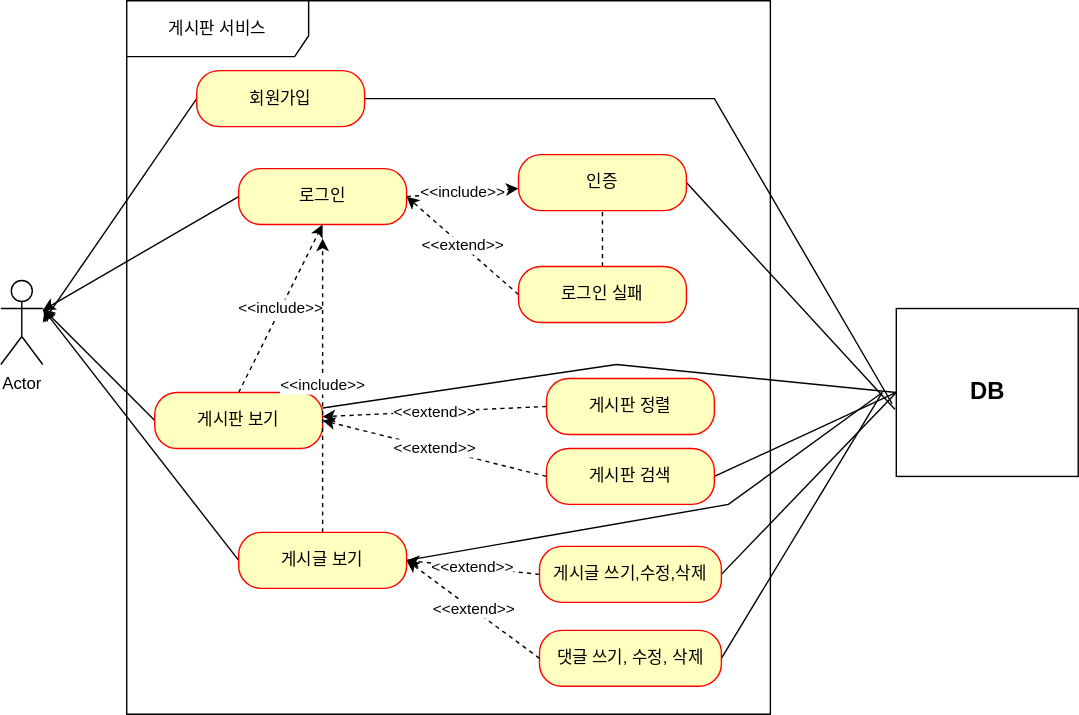
Above: document/use-case.svg in dlwnsghks123/project-board (draw.io), before the change. Source tidied: cells renumbered, new cells last; positions are measured from the earlier drawing's top-left corner, leaving out a move shared by most shapes.
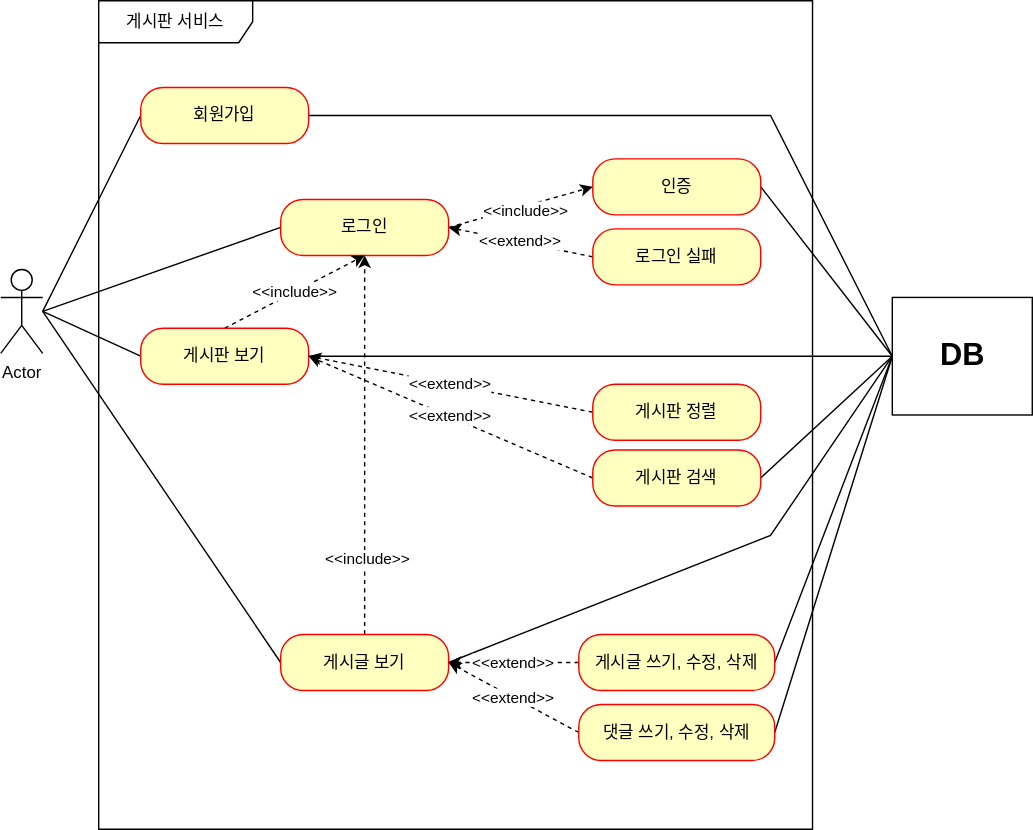
After the commit.

Change to the diagram source:
```diff
@@ -3,126 +3,124 @@
     <mxCell id="0" />
     <mxCell id="1" parent="0" />
     <mxCell id="2" value="Actor" style="shape=umlActor;verticalLabelPosition=bottom;verticalAlign=top;html=1;" parent="1" vertex="1">
-      <mxGeometry y="200" width="30" height="60" as="geometry" />
+      <mxGeometry x="-10" y="360" width="30" height="60" as="geometry" />
     </mxCell>
-    <mxCell id="3" value="게시판 서비스&lt;br&gt;" style="shape=umlFrame;whiteSpace=wrap;html=1;width=130;height=40;" parent="1" vertex="1">
-      <mxGeometry x="90" width="460" height="510" as="geometry" />
+    <mxCell id="3" value="게시판 서비스" style="shape=umlFrame;whiteSpace=wrap;html=1;width=110;height=30;" parent="1" vertex="1">
+      <mxGeometry x="60" y="168" width="510" height="592" as="geometry" />
     </mxCell>
-    <mxCell id="4" style="edgeStyle=none;rounded=0;jettySize=auto;html=1;exitX=0;exitY=0.5;exitDx=0;exitDy=0;" parent="1" edge="1" source="6">
-      <mxGeometry relative="1" as="geometry">
-        <mxPoint x="30" y="230" as="targetPoint" />
-      </mxGeometry>
-    </mxCell>
+    <mxCell id="35" style="edgeStyle=none;rounded=0;jettySize=auto;html=1;exitX=0;exitY=0.5;exitDx=0;exitDy=0;endArrow=none;endFill=0;" parent="1" edge="1" source="6">
+      <mxGeometry relative="1" as="geometry">
+        <mxPoint x="20" y="390" as="targetPoint" />
+      </mxGeometry>
+    </mxCell>
-    <mxCell id="5" style="edgeStyle=none;rounded=0;jettySize=auto;html=1;exitX=1;exitY=0.5;exitDx=0;exitDy=0;entryX=-0.023;entryY=0.567;entryDx=0;entryDy=0;entryPerimeter=0;startArrow=none;startFill=0;endArrow=none;endFill=0;" parent="1" edge="1" source="6" target="34">
+    <mxCell id="5" style="edgeStyle=none;rounded=0;jettySize=auto;html=1;exitX=1;exitY=0.5;exitDx=0;exitDy=0;entryX=0;entryY=0.5;entryDx=0;entryDy=0;endArrow=none;endFill=0;" parent="1" edge="1" source="6" target="34">
       <mxGeometry relative="1" as="geometry">
         <Array as="points">
-          <mxPoint x="510" y="70" />
+          <mxPoint x="540" y="250" />
         </Array>
       </mxGeometry>
     </mxCell>
     <mxCell id="6" value="회원가입" style="rounded=1;whiteSpace=wrap;html=1;arcSize=40;fontColor=#000000;fillColor=#ffffc0;strokeColor=#ff0000;" parent="1" vertex="1">
-      <mxGeometry x="140" y="50" width="120" height="40" as="geometry" />
+      <mxGeometry x="90" y="230" width="120" height="40" as="geometry" />
     </mxCell>
-    <mxCell id="7" style="rounded=0;jettySize=auto;html=1;exitX=0;exitY=0.5;exitDx=0;exitDy=0;" parent="1" edge="1" source="9" target="2">
-      <mxGeometry relative="1" as="geometry" />
-    </mxCell>
+    <mxCell id="36" style="edgeStyle=none;rounded=0;jettySize=auto;html=1;exitX=0;exitY=0.5;exitDx=0;exitDy=0;endArrow=none;endFill=0;" parent="1" edge="1" source="9">
+      <mxGeometry relative="1" as="geometry">
+        <mxPoint x="20" y="390" as="targetPoint" />
+      </mxGeometry>
+    </mxCell>
-    <mxCell id="8" value="&amp;lt;&amp;lt;include&amp;gt;&amp;gt;" style="edgeStyle=none;rounded=0;jettySize=auto;html=1;exitX=1;exitY=0.5;exitDx=0;exitDy=0;dashed=1;" parent="1" edge="1" source="9" target="18">
+    <mxCell id="8" style="edgeStyle=none;rounded=0;jettySize=auto;html=1;exitX=1;exitY=0.5;exitDx=0;exitDy=0;entryX=0;entryY=0.5;entryDx=0;entryDy=0;endArrow=classic;endFill=1;dashed=1;" parent="1" edge="1" source="9" target="18">
       <mxGeometry relative="1" as="geometry" />
     </mxCell>
+    <mxCell id="37" value="&amp;lt;&amp;lt;include&amp;gt;&amp;gt;" style="edgeLabel;html=1;align=center;verticalAlign=middle;" parent="8" vertex="1">
+      <mxGeometry x="-0.15" y="-1" relative="1" as="geometry">
+        <mxPoint x="11" y="-1" as="offset" />
+      </mxGeometry>
+    </mxCell>
     <mxCell id="9" value="로그인" style="rounded=1;whiteSpace=wrap;html=1;arcSize=40;fontColor=#000000;fillColor=#ffffc0;strokeColor=#ff0000;" parent="1" vertex="1">
-      <mxGeometry x="170" y="120" width="120" height="40" as="geometry" />
+      <mxGeometry x="190" y="310" width="120" height="40" as="geometry" />
     </mxCell>
-    <mxCell id="10" style="edgeStyle=none;rounded=0;jettySize=auto;html=1;exitX=0;exitY=0.5;exitDx=0;exitDy=0;entryX=1;entryY=0.3333333333333333;entryDx=0;entryDy=0;entryPerimeter=0;" parent="1" edge="1" source="12" target="2">
-      <mxGeometry relative="1" as="geometry" />
-    </mxCell>
+    <mxCell id="38" style="edgeStyle=none;rounded=0;jettySize=auto;html=1;exitX=0;exitY=0.5;exitDx=0;exitDy=0;endArrow=none;endFill=0;" parent="1" edge="1" source="12">
+      <mxGeometry relative="1" as="geometry">
+        <mxPoint x="20" y="390" as="targetPoint" />
+      </mxGeometry>
+    </mxCell>
-    <mxCell id="11" value="&amp;lt;&amp;lt;include&amp;gt;&amp;gt;" style="edgeStyle=none;rounded=0;jettySize=auto;html=1;exitX=0.5;exitY=0;exitDx=0;exitDy=0;entryX=0.5;entryY=1;entryDx=0;entryDy=0;dashed=1;" parent="1" edge="1" source="12" target="9">
+    <mxCell id="11" value="&amp;lt;&amp;lt;include&amp;gt;&amp;gt;" style="edgeStyle=none;rounded=0;jettySize=auto;html=1;exitX=0.5;exitY=0;exitDx=0;exitDy=0;entryX=0.5;entryY=1;entryDx=0;entryDy=0;dashed=1;endArrow=classic;endFill=1;" parent="1" edge="1" source="12" target="9">
       <mxGeometry relative="1" as="geometry" />
     </mxCell>
     <mxCell id="12" value="게시판 보기" style="rounded=1;whiteSpace=wrap;html=1;arcSize=40;fontColor=#000000;fillColor=#ffffc0;strokeColor=#ff0000;" parent="1" vertex="1">
-      <mxGeometry x="110" y="280" width="120" height="40" as="geometry" />
+      <mxGeometry x="90" y="402" width="120" height="40" as="geometry" />
     </mxCell>
-    <mxCell id="13" style="edgeStyle=none;rounded=0;jettySize=auto;html=1;exitX=0;exitY=0.5;exitDx=0;exitDy=0;" parent="1" edge="1" source="16">
-      <mxGeometry relative="1" as="geometry">
-        <mxPoint x="30" y="220" as="targetPoint" />
-      </mxGeometry>
-    </mxCell>
-    <mxCell id="14" value="&amp;lt;&amp;lt;include&amp;gt;&amp;gt;" style="edgeStyle=none;rounded=0;jettySize=auto;html=1;exitX=0.5;exitY=0;exitDx=0;exitDy=0;dashed=1;" parent="1" edge="1" source="16">
-      <mxGeometry relative="1" as="geometry">
-        <mxPoint x="230" y="170" as="targetPoint" />
-      </mxGeometry>
-    </mxCell>
-    <mxCell id="15" style="edgeStyle=none;rounded=0;jettySize=auto;html=1;exitX=1;exitY=0.5;exitDx=0;exitDy=0;startArrow=none;startFill=0;endArrow=none;endFill=0;" parent="1" edge="1" source="16">
-      <mxGeometry relative="1" as="geometry">
-        <mxPoint x="630" y="280" as="targetPoint" />
-        <Array as="points">
-          <mxPoint x="520" y="360" />
-        </Array>
-      </mxGeometry>
-    </mxCell>
+    <mxCell id="39" style="edgeStyle=none;rounded=0;jettySize=auto;html=1;exitX=0;exitY=0.5;exitDx=0;exitDy=0;endArrow=none;endFill=0;" parent="1" edge="1" source="16">
+      <mxGeometry relative="1" as="geometry">
+        <mxPoint x="20" y="390" as="targetPoint" />
+      </mxGeometry>
+    </mxCell>
+    <mxCell id="40" style="edgeStyle=none;rounded=0;jettySize=auto;html=1;exitX=0.5;exitY=0;exitDx=0;exitDy=0;entryX=0.5;entryY=1;entryDx=0;entryDy=0;dashed=1;endArrow=classic;endFill=1;" parent="1" edge="1" source="16" target="9">
+      <mxGeometry relative="1" as="geometry" />
+    </mxCell>
+    <mxCell id="41" value="&amp;lt;&amp;lt;include&amp;gt;&amp;gt;" style="edgeLabel;html=1;align=center;verticalAlign=middle;" parent="40" vertex="1">
+      <mxGeometry x="-0.6" y="-1" relative="1" as="geometry" />
+    </mxCell>
+    <mxCell id="42" style="edgeStyle=none;rounded=0;jettySize=auto;html=1;exitX=1;exitY=0.5;exitDx=0;exitDy=0;entryX=0;entryY=0.5;entryDx=0;entryDy=0;endArrow=none;endFill=0;" parent="1" edge="1" source="16" target="34">
+      <mxGeometry relative="1" as="geometry">
+        <Array as="points">
+          <mxPoint x="540" y="550" />
+        </Array>
+      </mxGeometry>
+    </mxCell>
     <mxCell id="16" value="게시글 보기" style="rounded=1;whiteSpace=wrap;html=1;arcSize=40;fontColor=#000000;fillColor=#ffffc0;strokeColor=#ff0000;" parent="1" vertex="1">
-      <mxGeometry x="170" y="380" width="120" height="40" as="geometry" />
+      <mxGeometry x="190" y="620.8" width="120" height="40" as="geometry" />
     </mxCell>
-    <mxCell id="17" style="edgeStyle=none;rounded=0;jettySize=auto;html=1;exitX=1;exitY=0.5;exitDx=0;exitDy=0;entryX=-0.008;entryY=0.6;entryDx=0;entryDy=0;entryPerimeter=0;startArrow=none;startFill=0;endArrow=none;endFill=0;" parent="1" edge="1" source="18" target="34">
+    <mxCell id="17" style="edgeStyle=none;rounded=0;jettySize=auto;html=1;exitX=1;exitY=0.5;exitDx=0;exitDy=0;entryX=0;entryY=0.5;entryDx=0;entryDy=0;endArrow=none;endFill=0;" parent="1" edge="1" source="18" target="34">
       <mxGeometry relative="1" as="geometry" />
     </mxCell>
     <mxCell id="18" value="인증" style="rounded=1;whiteSpace=wrap;html=1;arcSize=40;fontColor=#000000;fillColor=#ffffc0;strokeColor=#ff0000;" parent="1" vertex="1">
-      <mxGeometry x="370" y="110" width="120" height="40" as="geometry" />
+      <mxGeometry x="413" y="281" width="120" height="40" as="geometry" />
     </mxCell>
-    <mxCell id="19" value="&amp;lt;&amp;lt;extend&amp;gt;&amp;gt;" style="edgeStyle=none;rounded=0;jettySize=auto;html=1;exitX=0;exitY=0.5;exitDx=0;exitDy=0;entryX=1;entryY=0.5;entryDx=0;entryDy=0;dashed=1;" parent="1" edge="1" source="21" target="9">
+    <mxCell id="19" value="&amp;lt;&amp;lt;extend&amp;gt;&amp;gt;" style="edgeStyle=none;rounded=0;jettySize=auto;html=1;exitX=0;exitY=0.5;exitDx=0;exitDy=0;entryX=1;entryY=0.5;entryDx=0;entryDy=0;dashed=1;endArrow=classic;endFill=1;" parent="1" edge="1" source="21" target="9">
       <mxGeometry relative="1" as="geometry" />
     </mxCell>
-    <mxCell id="20" style="edgeStyle=none;rounded=0;jettySize=auto;html=1;dashed=1;startArrow=none;startFill=0;endArrow=none;endFill=0;" parent="1" edge="1" source="21" target="18">
-      <mxGeometry relative="1" as="geometry" />
-    </mxCell>
     <mxCell id="21" value="로그인 실패" style="rounded=1;whiteSpace=wrap;html=1;arcSize=40;fontColor=#000000;fillColor=#ffffc0;strokeColor=#ff0000;" parent="1" vertex="1">
-      <mxGeometry x="370" y="190" width="120" height="40" as="geometry" />
+      <mxGeometry x="413" y="331" width="120" height="40" as="geometry" />
     </mxCell>
-    <mxCell id="22" value="&amp;lt;&amp;lt;extend&amp;gt;&amp;gt;" style="edgeStyle=none;rounded=0;jettySize=auto;html=1;exitX=0;exitY=0.5;exitDx=0;exitDy=0;dashed=1;" parent="1" edge="1" source="23" target="12">
+    <mxCell id="22" value="&lt;span style=&quot;color: rgb(0, 0, 0); font-family: Helvetica; font-size: 11px; font-style: normal; font-variant-ligatures: normal; font-variant-caps: normal; font-weight: 400; letter-spacing: normal; orphans: 2; text-align: center; text-indent: 0px; text-transform: none; widows: 2; word-spacing: 0px; -webkit-text-stroke-width: 0px; background-color: rgb(255, 255, 255); text-decoration-thickness: initial; text-decoration-style: initial; text-decoration-color: initial; float: none; display: inline !important;&quot;&gt;&amp;lt;&amp;lt;extend&amp;gt;&amp;gt;&lt;/span&gt;" style="edgeStyle=none;rounded=0;jettySize=auto;html=1;exitX=0;exitY=0.5;exitDx=0;exitDy=0;entryX=1;entryY=0.5;entryDx=0;entryDy=0;dashed=1;endArrow=classic;endFill=1;" parent="1" edge="1" source="23" target="12">
       <mxGeometry relative="1" as="geometry" />
     </mxCell>
     <mxCell id="23" value="게시판 정렬" style="rounded=1;whiteSpace=wrap;html=1;arcSize=40;fontColor=#000000;fillColor=#ffffc0;strokeColor=#ff0000;" parent="1" vertex="1">
-      <mxGeometry x="390" y="270" width="120" height="40" as="geometry" />
+      <mxGeometry x="413" y="442" width="120" height="40" as="geometry" />
     </mxCell>
+    <mxCell id="31" value="&lt;span style=&quot;color: rgb(0, 0, 0); font-family: Helvetica; font-size: 11px; font-style: normal; font-variant-ligatures: normal; font-variant-caps: normal; font-weight: 400; letter-spacing: normal; orphans: 2; text-align: center; text-indent: 0px; text-transform: none; widows: 2; word-spacing: 0px; -webkit-text-stroke-width: 0px; background-color: rgb(255, 255, 255); text-decoration-thickness: initial; text-decoration-style: initial; text-decoration-color: initial; float: none; display: inline !important;&quot;&gt;&amp;lt;&amp;lt;extend&amp;gt;&amp;gt;&lt;/span&gt;" style="edgeStyle=none;rounded=0;jettySize=auto;html=1;exitX=0;exitY=0.5;exitDx=0;exitDy=0;entryX=1;entryY=0.5;entryDx=0;entryDy=0;dashed=1;endArrow=classic;endFill=1;" parent="1" edge="1" source="25" target="12">
+      <mxGeometry relative="1" as="geometry" />
+    </mxCell>
-    <mxCell id="24" style="edgeStyle=none;rounded=0;jettySize=auto;html=1;exitX=1;exitY=0.5;exitDx=0;exitDy=0;entryX=0;entryY=0.5;entryDx=0;entryDy=0;startArrow=none;startFill=0;endArrow=none;endFill=0;" parent="1" edge="1" source="25" target="34">
+    <mxCell id="24" style="edgeStyle=none;rounded=0;jettySize=auto;html=1;exitX=1;exitY=0.5;exitDx=0;exitDy=0;entryX=0;entryY=0.5;entryDx=0;entryDy=0;endArrow=none;endFill=0;" parent="1" edge="1" source="25" target="34">
       <mxGeometry relative="1" as="geometry" />
     </mxCell>
     <mxCell id="25" value="게시판 검색" style="rounded=1;whiteSpace=wrap;html=1;arcSize=40;fontColor=#000000;fillColor=#ffffc0;strokeColor=#ff0000;" parent="1" vertex="1">
-      <mxGeometry x="390" y="320" width="120" height="40" as="geometry" />
+      <mxGeometry x="413" y="489" width="120" height="40" as="geometry" />
     </mxCell>
-    <mxCell id="26" value="&amp;lt;&amp;lt;extend&amp;gt;&amp;gt;" style="edgeStyle=none;rounded=0;jettySize=auto;html=1;exitX=0;exitY=0.5;exitDx=0;exitDy=0;entryX=1;entryY=0.5;entryDx=0;entryDy=0;dashed=1;" parent="1" edge="1" source="28" target="16">
-      <mxGeometry relative="1" as="geometry" />
-    </mxCell>
-    <mxCell id="27" style="edgeStyle=none;rounded=0;jettySize=auto;html=1;exitX=1;exitY=0.5;exitDx=0;exitDy=0;startArrow=none;startFill=0;endArrow=none;endFill=0;" parent="1" edge="1" source="28">
-      <mxGeometry relative="1" as="geometry">
-        <mxPoint x="640" y="280" as="targetPoint" />
-      </mxGeometry>
-    </mxCell>
-    <mxCell id="28" value="게시글 쓰기,수정,삭제" style="rounded=1;whiteSpace=wrap;html=1;arcSize=40;fontColor=#000000;fillColor=#ffffc0;strokeColor=#ff0000;" parent="1" vertex="1">
-      <mxGeometry x="385" y="390" width="130" height="40" as="geometry" />
-    </mxCell>
-    <mxCell id="29" style="edgeStyle=none;rounded=0;jettySize=auto;html=1;exitX=1;exitY=0.5;exitDx=0;exitDy=0;startArrow=none;startFill=0;endArrow=none;endFill=0;" parent="1" edge="1" source="30">
-      <mxGeometry relative="1" as="geometry">
-        <mxPoint x="630" y="280" as="targetPoint" />
-      </mxGeometry>
-    </mxCell>
+    <mxCell id="43" value="&amp;lt;&amp;lt;extend&amp;gt;&amp;gt;" style="edgeStyle=none;rounded=0;jettySize=auto;html=1;exitX=0;exitY=0.5;exitDx=0;exitDy=0;entryX=1;entryY=0.5;entryDx=0;entryDy=0;dashed=1;endArrow=classic;endFill=1;" parent="1" edge="1" source="45" target="16">
+      <mxGeometry relative="1" as="geometry" />
+    </mxCell>
+    <mxCell id="44" style="edgeStyle=none;rounded=0;jettySize=auto;html=1;exitX=1;exitY=0.5;exitDx=0;exitDy=0;entryX=0;entryY=0.5;entryDx=0;entryDy=0;endArrow=none;endFill=0;" parent="1" edge="1" source="45" target="34">
+      <mxGeometry relative="1" as="geometry" />
+    </mxCell>
+    <mxCell id="45" value="게시글 쓰기, 수정, 삭제" style="rounded=1;whiteSpace=wrap;html=1;arcSize=40;fontColor=#000000;fillColor=#ffffc0;strokeColor=#ff0000;" parent="1" vertex="1">
+      <mxGeometry x="403" y="620.8" width="140" height="40" as="geometry" />
+    </mxCell>
+    <mxCell id="32" value="&amp;lt;&amp;lt;extend&amp;gt;&amp;gt;" style="edgeStyle=none;rounded=0;jettySize=auto;html=1;exitX=0;exitY=0.5;exitDx=0;exitDy=0;entryX=1;entryY=0.5;entryDx=0;entryDy=0;dashed=1;endArrow=classic;endFill=1;" parent="1" edge="1" source="30" target="16">
+      <mxGeometry relative="1" as="geometry" />
+    </mxCell>
+    <mxCell id="46" style="edgeStyle=none;rounded=0;jettySize=auto;html=1;exitX=1;exitY=0.5;exitDx=0;exitDy=0;endArrow=none;endFill=0;entryX=0;entryY=0.5;entryDx=0;entryDy=0;" parent="1" edge="1" source="30" target="34">
+      <mxGeometry relative="1" as="geometry" />
+    </mxCell>
     <mxCell id="30" value="댓글 쓰기, 수정, 삭제" style="rounded=1;whiteSpace=wrap;html=1;arcSize=40;fontColor=#000000;fillColor=#ffffc0;strokeColor=#ff0000;" parent="1" vertex="1">
-      <mxGeometry x="385" y="450" width="130" height="40" as="geometry" />
+      <mxGeometry x="403" y="670.8" width="140" height="40" as="geometry" />
     </mxCell>
-    <mxCell id="31" value="&amp;lt;&amp;lt;extend&amp;gt;&amp;gt;" style="edgeStyle=none;rounded=0;jettySize=auto;html=1;exitX=0;exitY=0.5;exitDx=0;exitDy=0;dashed=1;entryX=1;entryY=0.5;entryDx=0;entryDy=0;" parent="1" edge="1" source="25" target="12">
-      <mxGeometry relative="1" as="geometry" />
-    </mxCell>
-    <mxCell id="32" value="&amp;lt;&amp;lt;extend&amp;gt;&amp;gt;" style="edgeStyle=none;rounded=0;jettySize=auto;html=1;exitX=0;exitY=0.5;exitDx=0;exitDy=0;entryX=1;entryY=0.5;entryDx=0;entryDy=0;dashed=1;" parent="1" edge="1" source="30" target="16">
-      <mxGeometry relative="1" as="geometry" />
-    </mxCell>
-    <mxCell id="33" style="edgeStyle=none;rounded=0;jettySize=auto;html=1;exitX=0;exitY=0.5;exitDx=0;exitDy=0;startArrow=none;startFill=0;endArrow=none;endFill=0;" parent="1" edge="1" source="34" target="12">
-      <mxGeometry relative="1" as="geometry">
-        <Array as="points">
-          <mxPoint x="440" y="260" />
-        </Array>
-      </mxGeometry>
-    </mxCell>
-    <mxCell id="34" value="&lt;b&gt;&lt;font style=&quot;font-size: 17px;&quot;&gt;DB&lt;/font&gt;&lt;/b&gt;" style="html=1;" parent="1" vertex="1">
-      <mxGeometry x="640" y="220" width="130" height="120" as="geometry" />
+    <mxCell id="34" value="DB" style="html=1;fontStyle=1;fontSize=22;" parent="1" vertex="1">
+      <mxGeometry x="627" y="380" width="100" height="84" as="geometry" />
     </mxCell>
+    <mxCell id="47" style="edgeStyle=none;rounded=0;jettySize=auto;html=1;exitX=1;exitY=0.5;exitDx=0;exitDy=0;endArrow=none;endFill=0;entryX=0;entryY=0.5;entryDx=0;entryDy=0;" parent="1" edge="1" source="12" target="34">
+      <mxGeometry relative="1" as="geometry" />
+    </mxCell>
   </root>
 </mxGraphModel>
```
